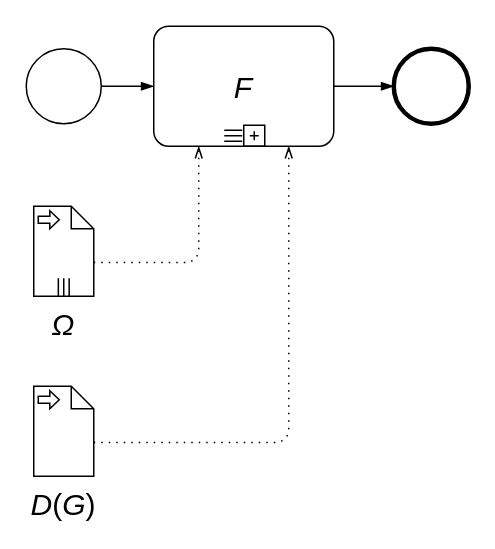
The draw.io diagram page "forEach" (4 of 4) of doc/Paper_BPMN_flow.drawio in miguel76/know-flow, before the edit. Source tidied: cells renumbered, new cells numbered last; positions are measured from the earlier drawing's top-left corner, leaving out a move shared by most shapes. Both pictures are drawn from the tidied source at 150%, with x=0, y=0 at pixel (26, 26).
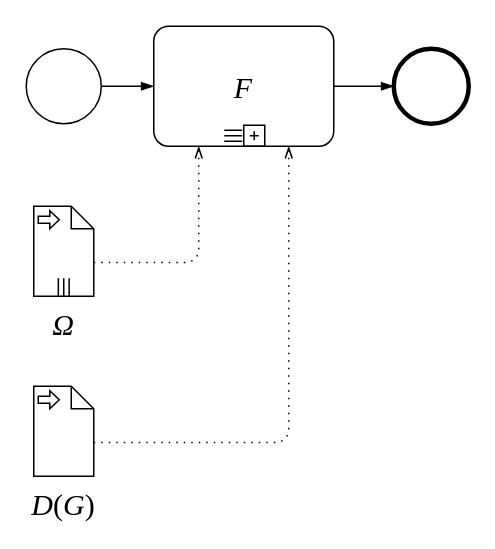
Above is the later version.

The edit, as a diff of the source:
```diff
@@
-    <mxCell id="2" value="&lt;i&gt;Ω&lt;/i&gt;" style="shape=mxgraph.bpmn.data;labelPosition=center;verticalLabelPosition=bottom;align=center;verticalAlign=top;whiteSpace=wrap;size=15;html=1;bpmnTransferType=input;isCollection=1;fontSize=20;" parent="1" vertex="1">
+    <mxCell id="2" value="&lt;i&gt;Ω&lt;/i&gt;" style="shape=mxgraph.bpmn.data;labelPosition=center;verticalLabelPosition=bottom;align=center;verticalAlign=top;whiteSpace=wrap;size=15;html=1;bpmnTransferType=input;isCollection=1;fontSize=20;fontFamily=Times New Roman;" parent="1" vertex="1">
       <mxGeometry x="5" y="120" width="40" height="60" as="geometry" />
     </mxCell>
@@
-    <mxCell id="9" value="F" style="points=[[0.25,0,0],[0.5,0,0],[0.75,0,0],[1,0.25,0],[1,0.5,0],[1,0.75,0],[0.75,1,0],[0.5,1,0],[0.25,1,0],[0,0.75,0],[0,0.5,0],[0,0.25,0]];shape=mxgraph.bpmn.task;whiteSpace=wrap;rectStyle=rounded;size=10;taskMarker=abstract;isLoopSub=1;isLoopMultiSeq=1;fontFamily=Helvetica;fontSize=20;verticalAlign=middle;fontStyle=2;" parent="1" vertex="1">
+    <mxCell id="9" value="F" style="points=[[0.25,0,0],[0.5,0,0],[0.75,0,0],[1,0.25,0],[1,0.5,0],[1,0.75,0],[0.75,1,0],[0.5,1,0],[0.25,1,0],[0,0.75,0],[0,0.5,0],[0,0.25,0]];shape=mxgraph.bpmn.task;whiteSpace=wrap;rectStyle=rounded;size=10;taskMarker=abstract;isLoopSub=1;isLoopMultiSeq=1;fontFamily=Times New Roman;fontSize=20;verticalAlign=middle;fontStyle=2;" parent="1" vertex="1">
       <mxGeometry x="85" width="120" height="80" as="geometry" />
     </mxCell>
-    <mxCell id="10" value="&lt;i&gt;D&lt;/i&gt;(&lt;i&gt;G&lt;/i&gt;)" style="shape=mxgraph.bpmn.data;labelPosition=center;verticalLabelPosition=bottom;align=center;verticalAlign=top;whiteSpace=wrap;size=15;html=1;bpmnTransferType=input;fontFamily=Helvetica;fontSize=20;" parent="1" vertex="1">
+    <mxCell id="10" value="&lt;i&gt;D&lt;/i&gt;(&lt;i&gt;G&lt;/i&gt;)" style="shape=mxgraph.bpmn.data;labelPosition=center;verticalLabelPosition=bottom;align=center;verticalAlign=top;whiteSpace=wrap;size=15;html=1;bpmnTransferType=input;fontFamily=Times New Roman;fontSize=20;" parent="1" vertex="1">
       <mxGeometry x="5" y="240" width="40" height="60" as="geometry" />
     </mxCell>
```
